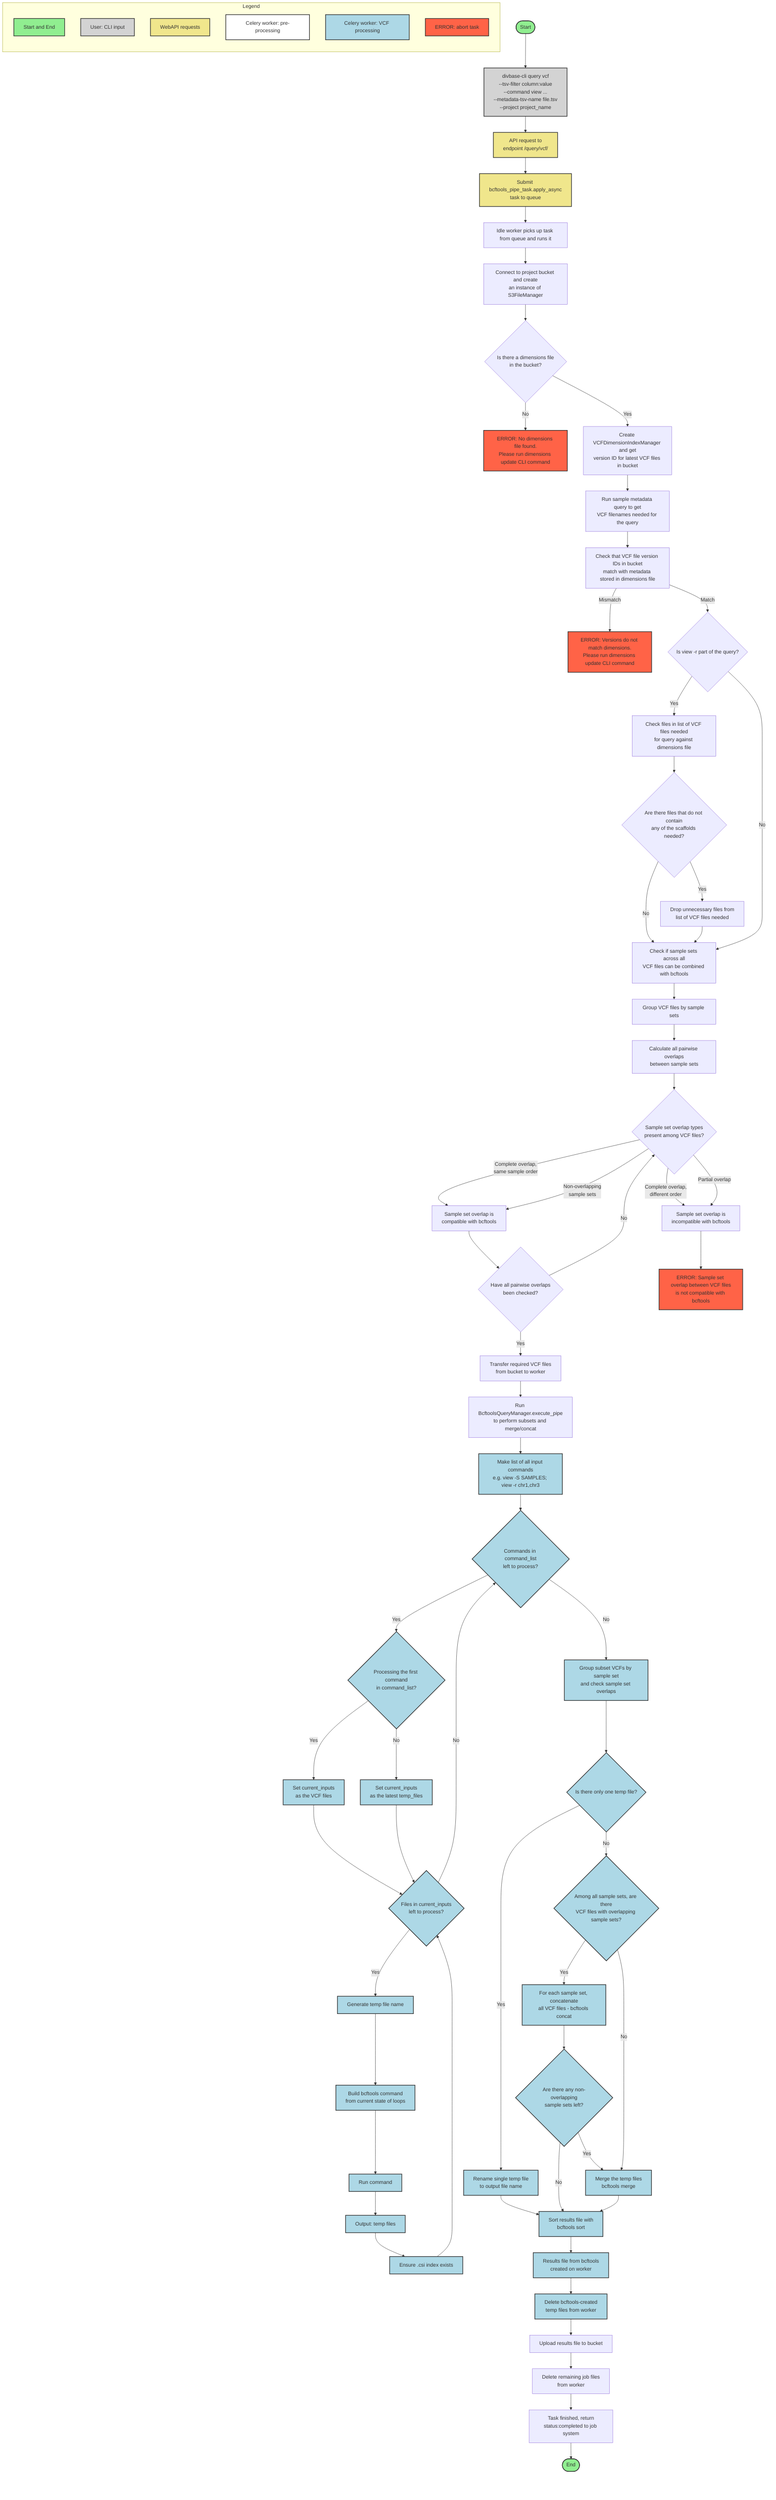
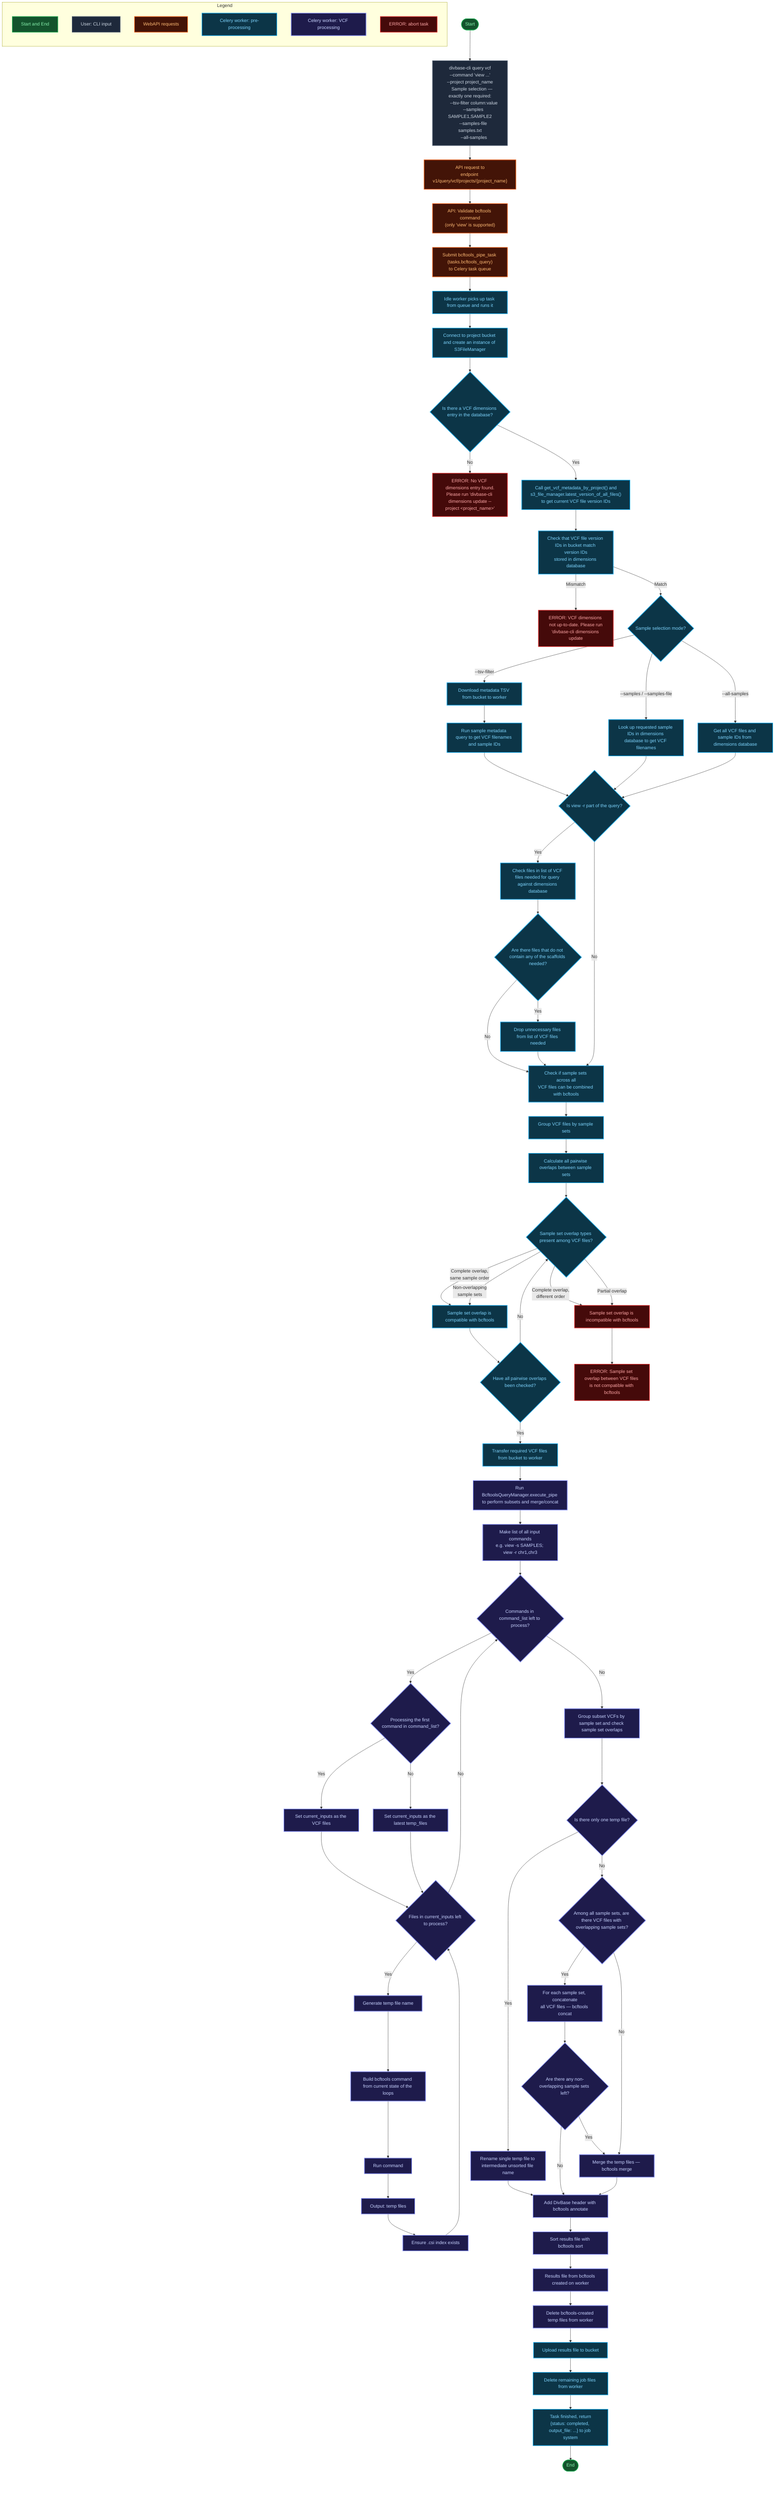
flowchart TB
    subgraph Legend
        direction TB
        key1[Start and End]:::green
        key2[User: CLI input]:::gray
-         key3[WebAPI requests]:::khaki
-         key4[Celery worker: pre-processing]:::white
+         key3[WebAPI requests]:::amber
+         key4[Celery worker: pre-processing]:::teal
        key5[Celery worker: VCF processing]:::blue
        key6[ERROR: abort task]:::red
    end

    start([Start]):::green
-     CLI_command[divbase-cli query vcf<br/>--tsv-filter column:value<br/>--command view ...<br/>--metadata-tsv-name file.tsv<br/>--project project_name]:::gray
-     API_request[API request to<br/>endpoint /query/vcf/]:::khaki
-     submit_task[Submit bcftools_pipe_task.apply_async<br/>task to queue]:::khaki
+     CLI_command["`divbase-cli query vcf
+     --command 'view ...'
+     --project project_name

-     worker_picks_up_task[Idle worker picks up task from queue and runs it]
-     connect_to_bucket[Connect to project bucket and create<br/>an instance of S3FileManager]
-     get_vcf_dimensions{Is there a dimensions file<br/>in the bucket?}
-     raise_error_no_dimensions_file[ERROR: No dimensions file found.<br/>Please run dimensions update CLI command]:::red
-     get_latest_vcf_file_version_ID[Create VCFDimensionIndexManager and get<br/>version ID for latest VCF files in bucket]
-     run_tsv_query[Run sample metadata query to get<br/>VCF filenames needed for the query]
-     check_versions_matching_dimensions[Check that VCF file version IDs in bucket<br/>match with metadata stored in dimensions file]
-     raise_error_version_mismatch[ERROR: Versions do not match dimensions.<br/>Please run dimensions update CLI command]:::red
+     Sample selection — exactly one required:
+       --tsv-filter column:value
+       --samples SAMPLE1,SAMPLE2
+       --samples-file samples.txt
+       --all-samples`"]:::gray
+     API_request["`API request to
+     endpoint v1/query/vcf/projects/{project_name}`"]:::amber
+     api_validate_command["`API: Validate bcftools command
+     (only 'view' is supported)`"]:::amber
+     submit_task["`Submit bcftools_pipe_task (tasks.bcftools_query)
+     to Celery task queue`"]:::amber

-     check_if_view_r{Is view -r part of the query?}
-     check_if_scaffolds_in_vcf[Check files in list of VCF files needed<br/>for query against dimensions file]
-     any_unnecessary_files{Are there files that do not contain<br/>any of the scaffolds needed?}
-     drop_unnecessary_files[Drop unnecessary files from<br/>list of VCF files needed]
+     worker_picks_up_task[Idle worker picks up task from queue and runs it]:::teal
+     connect_to_bucket["`Connect to project bucket and create an instance of S3FileManager`"]:::teal
+     get_vcf_dimensions{Is there a VCF dimensions entry in the database?}:::teal
+     raise_error_no_dimensions_file["`ERROR: No VCF dimensions entry found.
+     Please run 'divbase-cli dimensions update --project &lt;project_name&gt;'`"]:::red
+     get_latest_vcf_file_version_ID["`Call get_vcf_metadata_by_project() and
+     s3_file_manager.latest_version_of_all_files()
+     to get current VCF file version IDs`"]:::teal
+     check_versions_matching_dimensions["`Check that VCF file version IDs in bucket match version IDs
+      stored in dimensions database`"]:::teal
+     raise_error_version_mismatch["`ERROR: VCF dimensions not up-to-date. Please run
+     'divbase-cli dimensions update`"]:::red

-     check_if_samples_can_be_combined[Check if sample sets across all<br/>VCF files can be combined with bcftools]
-     group_vcfs_by_sample_set[Group VCF files by sample sets]
-     calculate_pairwise_overlap[Calculate all pairwise overlaps<br/>between sample sets]
-     check_sample_set_overlap{Sample set overlap types<br/>present among VCF files?}
-     valid_overlap[Sample set overlap is<br/>compatible with bcftools]
-     all_overlaps_checked{Have all pairwise overlaps<br/>been checked?}
-     invalid_overlap[Sample set overlap is<br/>incompatible with bcftools]
-     raise_error_invalid_overlap[ERROR: Sample set overlap between VCF files<br/>is not compatible with bcftools]:::red
+     sample_selection_mode{Sample selection mode?}:::teal
+     tsv_download_metadata[Download metadata TSV from bucket to worker]:::teal
+     tsv_run_query[Run sample metadata query to get VCF filenames and sample IDs]:::teal
+     cli_samples_lookup[Look up requested sample IDs in dimensions database to get VCF filenames]:::teal
+     all_samples_get[Get all VCF files and sample IDs from dimensions database]:::teal

-     transfer_files_to_worker[Transfer required VCF files<br/>from bucket to worker]
-     run_bcftools[Run BcftoolsQueryManager.execute_pipe<br/>to perform subsets and merge/concat]
+     check_if_view_r{Is view -r part of the query?}:::teal
+     check_if_scaffolds_in_vcf["`Check files in list of VCF files needed for query against dimensions database`"]:::teal

-     command_list[Make list of all input commands<br/>e.g. view -S SAMPLES; view -r chr1,chr3]:::blue
-     process_commands{Commands in command_list<br/>left to process?}:::blue
-     init_loop{Processing the first command<br/>in command_list?}:::blue
-     input_vcf[Set current_inputs<br/>as the VCF files]:::blue
-     input_temp[Set current_inputs<br/>as the latest temp_files]:::blue
-     process_files{Files in current_inputs<br/>left to process?}:::blue
+     any_unnecessary_files{Are there files that do not contain any of the scaffolds needed?}:::teal
+     drop_unnecessary_files[Drop unnecessary files from list of VCF files needed]:::teal
+ 
+     check_if_samples_can_be_combined["`Check if sample sets across all
+     VCF files can be combined with bcftools`"]:::teal
+     group_vcfs_by_sample_set[Group VCF files by sample sets]:::teal
+     calculate_pairwise_overlap[Calculate all pairwise overlaps between sample sets]:::teal
+     check_sample_set_overlap{Sample set overlap types present among VCF files?}:::teal
+     valid_overlap[Sample set overlap is compatible with bcftools]:::teal
+     all_overlaps_checked{Have all pairwise overlaps been checked?}:::teal
+     invalid_overlap[Sample set overlap is incompatible with bcftools]:::red
+     raise_error_invalid_overlap[ERROR: Sample set overlap between VCF files is not compatible with bcftools]:::red
+ 
+     transfer_files_to_worker[Transfer required VCF files from bucket to worker]:::teal
+     run_bcftools[Run BcftoolsQueryManager.execute_pipe to perform subsets and merge/concat]:::blue
+ 
+     command_list["`Make list of all input commands
+     e.g. view -s SAMPLES; view -r chr1,chr3`"]:::blue
+     process_commands{Commands in command_list left to process?}:::blue
+     init_loop{Processing the first command in command_list?}:::blue
+     input_vcf[Set current_inputs as the VCF files]:::blue
+     input_temp[Set current_inputs as the latest temp_files]:::blue
+     process_files{Files in current_inputs left to process?}:::blue
    generate_temp[Generate temp file name]:::blue
-     format_command[Build bcftools command<br/>from current state of loops]:::blue
+     format_command[Build bcftools command from current state of the loops]:::blue
    run_command[Run command]:::blue
    temp_output[Output: temp files]:::blue
    ensure_index[Ensure .csi index exists]:::blue

-     check_overlaps_for_merge_concat[Group subset VCFs by sample set<br/>and check sample set overlaps]:::blue
+     check_overlaps_for_merge_concat[Group subset VCFs by sample set and check sample set overlaps]:::blue
    check_if_more_than_one_temp{Is there only one temp file?}:::blue
-     rename_output_file[Rename single temp file<br/>to output file name]:::blue
-     concat_files[For each sample set, concatenate<br/>all VCF files - bcftools concat]:::blue
+     rename_output_file[Rename single temp file to intermediate unsorted file name]:::blue
+     concat_files["`For each sample set, concatenate
+     all VCF files — bcftools concat`"]:::blue
+     any_overlaps_for_merge_concat{Among all sample sets, are there VCF files with overlapping sample sets?}:::blue
+     mixed_merge_overlap{Are there any non-overlapping sample sets left?}:::blue
+     merge_files[Merge the temp files — bcftools merge]:::blue
+     annotate_results_file[Add DivBase header with bcftools annotate]:::blue
+     sort_results_file[Sort results file with bcftools sort]:::blue
+     cleanup_temp_files[Delete bcftools-created temp files from worker]:::blue
+     results_file_created[Results file from bcftools created on worker]:::blue

-     any_overlaps_for_merge_concat{Among all sample sets, are there<br/>VCF files with overlapping sample sets?}:::blue
-     mixed_merge_overlap{Are there any non-overlapping<br/>sample sets left?}:::blue
- 
-     merge_files[Merge the temp files<br/>bcftools merge]:::blue
-     sort_results_file[Sort results file with<br/>bcftools sort]:::blue
-     cleanup_temp_files[Delete bcftools-created<br/>temp files from worker]:::blue
- 
-     results_file_created[Results file from bcftools<br/>created on worker]:::blue
-     upload_results_file[Upload results file to bucket]
-     delete_job_files[Delete remaining job files<br/>from worker]
-     task_completed[Task finished, return<br/>status:completed to job system]
+     upload_results_file[Upload results file to bucket]:::teal
+     delete_job_files[Delete remaining job files from worker]:::teal
+     task_completed["`Task finished, return
+     {status: completed, output_file: ...} to job system`"]:::teal
    end_node([End]):::green

    start --> CLI_command
    CLI_command --> API_request
-     API_request --> submit_task
+     API_request --> api_validate_command
+     api_validate_command --> submit_task
    submit_task --> worker_picks_up_task
    worker_picks_up_task --> connect_to_bucket
    connect_to_bucket --> get_vcf_dimensions
    get_vcf_dimensions -->|Yes| get_latest_vcf_file_version_ID
    get_vcf_dimensions -->|No| raise_error_no_dimensions_file
-     get_latest_vcf_file_version_ID --> run_tsv_query
-     run_tsv_query --> check_versions_matching_dimensions
+     get_latest_vcf_file_version_ID --> check_versions_matching_dimensions
    check_versions_matching_dimensions -->|Mismatch| raise_error_version_mismatch
-     check_versions_matching_dimensions -->|Match| check_if_view_r
+     check_versions_matching_dimensions -->|Match| sample_selection_mode
+     sample_selection_mode -->|--tsv-filter| tsv_download_metadata
+     tsv_download_metadata --> tsv_run_query
+     tsv_run_query --> check_if_view_r
+     sample_selection_mode -->|"--samples / --samples-file"| cli_samples_lookup
+     cli_samples_lookup --> check_if_view_r
+     sample_selection_mode -->|--all-samples| all_samples_get
+     all_samples_get --> check_if_view_r
    check_if_view_r -->|Yes| check_if_scaffolds_in_vcf
    check_if_scaffolds_in_vcf --> any_unnecessary_files
    any_unnecessary_files -->|Yes| drop_unnecessary_files
    any_unnecessary_files -->|No| check_if_samples_can_be_combined
    drop_unnecessary_files --> check_if_samples_can_be_combined
    check_if_view_r -->|No| check_if_samples_can_be_combined
    check_if_samples_can_be_combined --> group_vcfs_by_sample_set
    group_vcfs_by_sample_set --> calculate_pairwise_overlap
    calculate_pairwise_overlap --> check_sample_set_overlap
-     check_sample_set_overlap -->|Complete overlap,<br/>same sample order| valid_overlap
-     check_sample_set_overlap -->|Non-overlapping<br/>sample sets| valid_overlap
-     check_sample_set_overlap -->|Complete overlap,<br/>different order| invalid_overlap
+     check_sample_set_overlap -->|"Complete overlap,<br/>same sample order"| valid_overlap
+     check_sample_set_overlap -->|"Non-overlapping<br/>sample sets"| valid_overlap
+     check_sample_set_overlap -->|"Complete overlap,<br/>different order"| invalid_overlap
    check_sample_set_overlap -->|Partial overlap| invalid_overlap
    invalid_overlap --> raise_error_invalid_overlap
    valid_overlap --> all_overlaps_checked
    all_overlaps_checked -->|Yes| transfer_files_to_worker
    all_overlaps_checked -->|No| check_sample_set_overlap
    transfer_files_to_worker --> run_bcftools
    run_bcftools --> command_list

    command_list --> process_commands
    process_commands -->|Yes| init_loop
    init_loop -->|Yes| input_vcf
    init_loop -->|No| input_temp
    input_vcf --> process_files
    input_temp --> process_files
    process_files -->|Yes| generate_temp
    generate_temp --> format_command
    format_command --> run_command
    run_command --> temp_output
    temp_output --> ensure_index
    ensure_index --> process_files
    process_files -->|No| process_commands
    process_commands -->|No| check_overlaps_for_merge_concat
    check_overlaps_for_merge_concat --> check_if_more_than_one_temp
    check_if_more_than_one_temp -->|Yes| rename_output_file
-     rename_output_file --> sort_results_file
+     rename_output_file --> annotate_results_file
    check_if_more_than_one_temp -->|No| any_overlaps_for_merge_concat
    any_overlaps_for_merge_concat -->|Yes| concat_files
    concat_files --> mixed_merge_overlap
    mixed_merge_overlap -->|Yes| merge_files
-     mixed_merge_overlap -->|No| sort_results_file
+     mixed_merge_overlap -->|No| annotate_results_file
    any_overlaps_for_merge_concat -->|No| merge_files
-     merge_files --> sort_results_file
+     merge_files --> annotate_results_file
+     annotate_results_file --> sort_results_file
    sort_results_file --> results_file_created
    results_file_created --> cleanup_temp_files
    cleanup_temp_files --> upload_results_file
    upload_results_file --> delete_job_files
    delete_job_files --> task_completed
    task_completed --> end_node

-     classDef green fill:#90EE90,stroke:#333,stroke-width:2px
-     classDef gray fill:#D3D3D3,stroke:#333,stroke-width:2px
-     classDef khaki fill:#F0E68C,stroke:#333,stroke-width:2px
-     classDef white fill:#FFFFFF,stroke:#333,stroke-width:2px
-     classDef blue fill:#ADD8E6,stroke:#333,stroke-width:2px
-     classDef red fill:#FF6347,stroke:#333,stroke-width:2px
+     classDef green fill:#14532d,stroke:#16a34a,color:#86efac,stroke-width:2px
+     classDef gray  fill:#1e293b,stroke:#475569,color:#cbd5e1,stroke-width:2px
+     classDef amber fill:#431407,stroke:#ea580c,color:#fdba74,stroke-width:2px
+     classDef teal  fill:#0c3547,stroke:#0ea5e9,color:#7dd3fc,stroke-width:2px
+     classDef blue  fill:#1e1b4b,stroke:#818cf8,color:#c7d2fe,stroke-width:2px
+     classDef red   fill:#450a0a,stroke:#dc2626,color:#fca5a5,stroke-width:2px

- %% Exported to white theme SVG (dark mode did not render text color correctly agaist colored box backgrounds) with:
+ %% Exported to dark theme SVG with:
%% mmdc -i docs/assets/diagrams/bcftools_task_logic_flow_full.mermaid \
%%      -o docs/assets/diagrams/bcftools_task_logic_flow_full.svg \
+ %%      --theme dark --backgroundColor "#22272e"
+ 
+ %% mmdc -i docs/assets/diagrams/bcftools_task_logic_flow_full.mermaid \
+ %%      -o docs/assets/diagrams/bcftools_task_logic_flow_full.png --theme dark --backgroundColor  "#22272e" --scale 2
